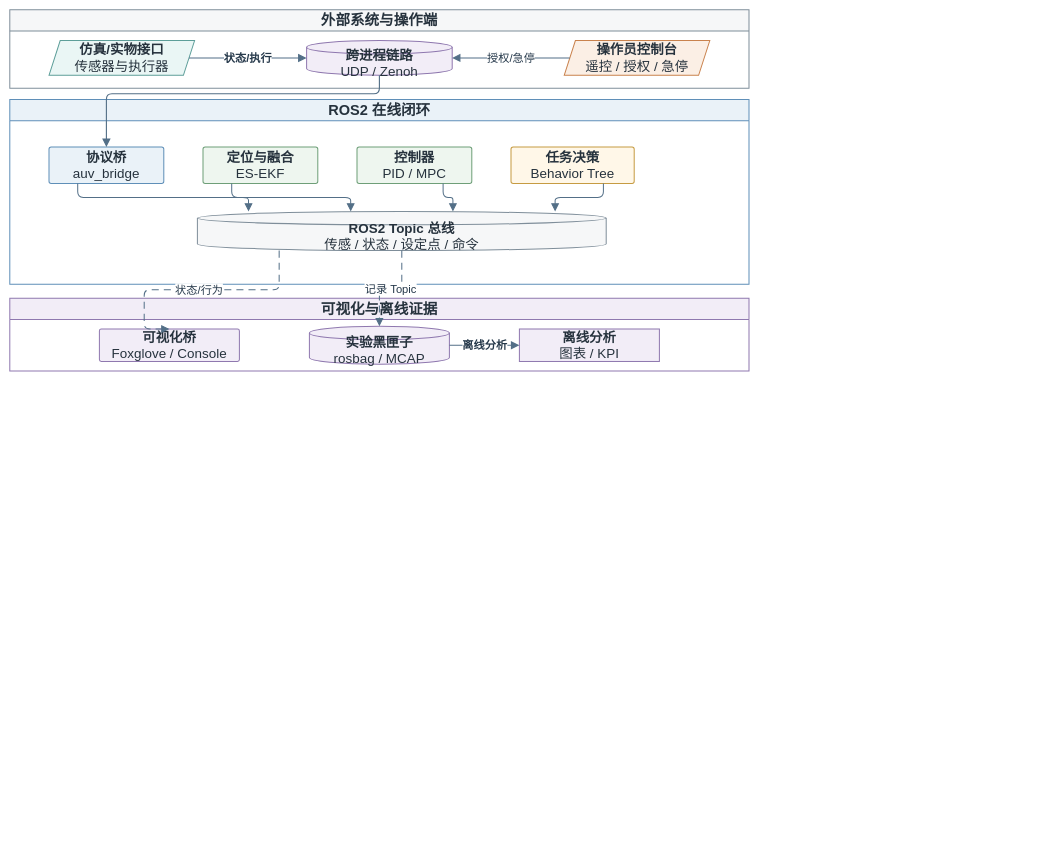
Before: thesis/figures/architecture/auv_ros2_node_topology.drawio in 360ZMEM/AUV-Master-Mag, a draw.io diagram. Source tidied: cells renumbered, new cells numbered last; positions are measured from the earlier drawing's top-left corner, leaving out a move shared by most shapes. Both pictures are drawn from the tidied source at 56%, with x=0, y=0 at pixel (10, 10).
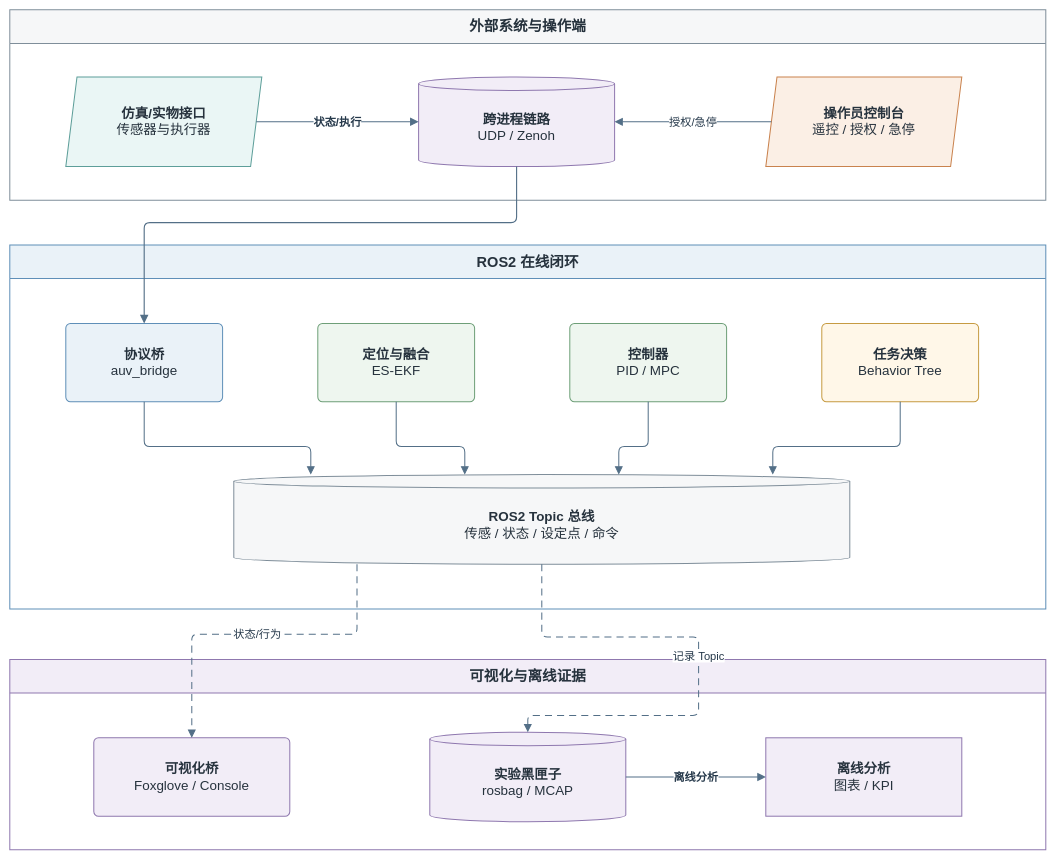
The same diagram, later.

What changed in the source:
```diff
@@
-    <mxCell id="2" value="外部系统与操作端" style="swimlane;whiteSpace=wrap;html=1;startSize=38;rounded=0;fillColor=#F6F7F8;strokeColor=#7F8E9A;strokeWidth=1.8;fontFamily=Songti SC;fontSize=26;fontStyle=1;fontColor=#26323D;" parent="1" vertex="1">
-      <mxGeometry width="1320" height="140" as="geometry" />
+    <mxCell id="2" value="外部系统与操作端" style="swimlane;whiteSpace=wrap;html=1;startSize=60;rounded=0;fillColor=#F6F7F8;strokeColor=#7F8E9A;strokeWidth=1.8;fontFamily=Songti SC;fontSize=26;fontStyle=1;fontColor=#26323D;" parent="1" vertex="1">
+      <mxGeometry width="1850" height="340" as="geometry" />
     </mxCell>
-    <mxCell id="3" value="ROS2 在线闭环" style="swimlane;whiteSpace=wrap;html=1;startSize=38;rounded=0;fillColor=#EAF2F8;strokeColor=#5F8FB8;strokeWidth=1.8;fontFamily=Songti SC;fontSize=26;fontStyle=1;fontColor=#26323D;" parent="1" vertex="1">
-      <mxGeometry y="160" width="1320" height="330" as="geometry" />
+    <mxCell id="3" value="ROS2 在线闭环" style="swimlane;whiteSpace=wrap;html=1;startSize=60;rounded=0;fillColor=#EAF2F8;strokeColor=#5F8FB8;strokeWidth=1.8;fontFamily=Songti SC;fontSize=26;fontStyle=1;fontColor=#26323D;" parent="1" vertex="1">
+      <mxGeometry y="420" width="1850" height="650" as="geometry" />
     </mxCell>
-    <mxCell id="4" value="可视化与离线证据" style="swimlane;whiteSpace=wrap;html=1;startSize=38;rounded=0;fillColor=#F2EDF7;strokeColor=#8F78AF;strokeWidth=1.8;fontFamily=Songti SC;fontSize=26;fontStyle=1;fontColor=#26323D;" parent="1" vertex="1">
-      <mxGeometry y="515" width="1320" height="130" as="geometry" />
+    <mxCell id="4" value="可视化与离线证据" style="swimlane;whiteSpace=wrap;html=1;startSize=60;rounded=0;fillColor=#F2EDF7;strokeColor=#8F78AF;strokeWidth=1.8;fontFamily=Songti SC;fontSize=26;fontStyle=1;fontColor=#26323D;" parent="1" vertex="1">
+      <mxGeometry y="1160" width="1850" height="340" as="geometry" />
     </mxCell>
     <mxCell id="5" value="&lt;b&gt;仿真/实物接口&lt;/b&gt;&lt;br&gt;传感器与执行器" style="shape=parallelogram;perimeter=parallelogramPerimeter;fixedSize=1;whiteSpace=wrap;html=1;align=center;verticalAlign=middle;fillColor=#EAF6F5;strokeColor=#5D9E99;strokeWidth=1.8;spacing=8;fontFamily=Songti SC;fontSize=24;fontColor=#26323D;" parent="2" vertex="1">
-      <mxGeometry x="70" y="55" width="260" height="62" as="geometry" />
+      <mxGeometry x="100" y="120" width="350" height="160" as="geometry" />
     </mxCell>
     <mxCell id="6" value="&lt;b&gt;跨进程链路&lt;/b&gt;&lt;br&gt;UDP / Zenoh" style="shape=cylinder3;boundedLbl=1;backgroundOutline=1;size=12;whiteSpace=wrap;html=1;align=center;verticalAlign=middle;fillColor=#F2EDF7;strokeColor=#8F78AF;strokeWidth=1.8;spacing=8;fontFamily=Songti SC;fontSize=24;fontColor=#26323D;" parent="2" vertex="1">
-      <mxGeometry x="530" y="55" width="260" height="62" as="geometry" />
+      <mxGeometry x="730" y="120" width="350" height="160" as="geometry" />
     </mxCell>
     <mxCell id="7" value="&lt;b&gt;操作员控制台&lt;/b&gt;&lt;br&gt;遥控 / 授权 / 急停" style="shape=parallelogram;perimeter=parallelogramPerimeter;fixedSize=1;whiteSpace=wrap;html=1;align=center;verticalAlign=middle;fillColor=#FBEFE5;strokeColor=#C9824D;strokeWidth=1.8;spacing=8;fontFamily=Songti SC;fontSize=24;fontColor=#26323D;" parent="2" vertex="1">
-      <mxGeometry x="990" y="55" width="260" height="62" as="geometry" />
+      <mxGeometry x="1350" y="120" width="350" height="160" as="geometry" />
     </mxCell>
     <mxCell id="8" value="&lt;b&gt;协议桥&lt;/b&gt;&lt;br&gt;auv_bridge" style="rounded=1;arcSize=6;whiteSpace=wrap;html=1;align=center;verticalAlign=middle;fillColor=#EAF2F8;strokeColor=#5F8FB8;strokeWidth=1.8;spacing=8;fontFamily=Songti SC;fontSize=24;fontColor=#26323D;" parent="3" vertex="1">
-      <mxGeometry x="70" y="85" width="205" height="65" as="geometry" />
+      <mxGeometry x="100" y="140" width="280" height="140" as="geometry" />
     </mxCell>
     <mxCell id="9" value="&lt;b&gt;定位与融合&lt;/b&gt;&lt;br&gt;ES-EKF" style="rounded=1;arcSize=6;whiteSpace=wrap;html=1;align=center;verticalAlign=middle;fillColor=#EEF6EF;strokeColor=#6E9F78;strokeWidth=1.8;spacing=8;fontFamily=Songti SC;fontSize=24;fontColor=#26323D;" parent="3" vertex="1">
-      <mxGeometry x="345" y="85" width="205" height="65" as="geometry" />
+      <mxGeometry x="550" y="140" width="280" height="140" as="geometry" />
     </mxCell>
     <mxCell id="10" value="&lt;b&gt;控制器&lt;/b&gt;&lt;br&gt;PID / MPC" style="rounded=1;arcSize=6;whiteSpace=wrap;html=1;align=center;verticalAlign=middle;fillColor=#EEF6EF;strokeColor=#6E9F78;strokeWidth=1.8;spacing=8;fontFamily=Songti SC;fontSize=24;fontColor=#26323D;" parent="3" vertex="1">
-      <mxGeometry x="620" y="85" width="205" height="65" as="geometry" />
+      <mxGeometry x="1000" y="140" width="280" height="140" as="geometry" />
     </mxCell>
     <mxCell id="11" value="&lt;b&gt;任务决策&lt;/b&gt;&lt;br&gt;Behavior Tree" style="rounded=1;arcSize=6;whiteSpace=wrap;html=1;align=center;verticalAlign=middle;fillColor=#FFF7E8;strokeColor=#C69B42;strokeWidth=1.8;spacing=8;fontFamily=Songti SC;fontSize=24;fontColor=#26323D;" parent="3" vertex="1">
-      <mxGeometry x="895" y="85" width="220" height="65" as="geometry" />
+      <mxGeometry x="1450" y="140" width="280" height="140" as="geometry" />
     </mxCell>
     <mxCell id="12" value="&lt;b&gt;ROS2 Topic 总线&lt;/b&gt;&lt;br&gt;传感 / 状态 / 设定点 / 命令" style="shape=cylinder3;boundedLbl=1;backgroundOutline=1;size=12;whiteSpace=wrap;html=1;align=center;verticalAlign=middle;fillColor=#F6F7F8;strokeColor=#7F8E9A;strokeWidth=1.8;spacing=8;fontFamily=Songti SC;fontSize=24;fontColor=#26323D;" parent="3" vertex="1">
-      <mxGeometry x="335" y="200" width="730" height="70" as="geometry" />
+      <mxGeometry x="400" y="410" width="1100" height="160" as="geometry" />
     </mxCell>
     <mxCell id="13" value="&lt;b&gt;可视化桥&lt;/b&gt;&lt;br&gt;Foxglove / Console" style="rounded=1;arcSize=6;whiteSpace=wrap;html=1;align=center;verticalAlign=middle;fillColor=#F2EDF7;strokeColor=#8F78AF;strokeWidth=1.8;spacing=8;fontFamily=Songti SC;fontSize=24;fontColor=#26323D;" parent="4" vertex="1">
-      <mxGeometry x="160" y="55" width="250" height="58" as="geometry" />
+      <mxGeometry x="150" y="140" width="350" height="140" as="geometry" />
     </mxCell>
     <mxCell id="14" value="&lt;b&gt;实验黑匣子&lt;/b&gt;&lt;br&gt;rosbag / MCAP" style="shape=cylinder3;boundedLbl=1;backgroundOutline=1;size=12;whiteSpace=wrap;html=1;align=center;verticalAlign=middle;fillColor=#F2EDF7;strokeColor=#8F78AF;strokeWidth=1.8;spacing=8;fontFamily=Songti SC;fontSize=24;fontColor=#26323D;" parent="4" vertex="1">
-      <mxGeometry x="535" y="50" width="250" height="68" as="geometry" />
+      <mxGeometry x="750" y="130" width="350" height="160" as="geometry" />
     </mxCell>
     <mxCell id="15" value="&lt;b&gt;离线分析&lt;/b&gt;&lt;br&gt;图表 / KPI" style="rounded=0;whiteSpace=wrap;html=1;align=center;verticalAlign=middle;fillColor=#F2EDF7;strokeColor=#8F78AF;strokeWidth=1.8;spacing=8;fontFamily=Songti SC;fontSize=24;fontColor=#26323D;" parent="4" vertex="1">
-      <mxGeometry x="910" y="55" width="250" height="58" as="geometry" />
+      <mxGeometry x="1350" y="140" width="350" height="140" as="geometry" />
     </mxCell>
-    <mxCell id="16" value="状态/执行" style="edgeStyle=orthogonalEdgeStyle;rounded=1;jettySize=auto;html=1;strokeColor=#536F87;strokeWidth=2.0;fontFamily=Songti SC;fontSize=20;fontStyle=1;fontColor=#25384A;labelBackgroundColor=#FFFFFF;labelBorderColor=none;endArrow=block;endFill=1;endSize=10;exitX=1;entryX=0;" parent="1" edge="1" source="5" target="6">
+    <mxCell id="16" value="状态/执行" style="edgeStyle=orthogonalEdgeStyle;rounded=1;jettySize=auto;html=1;strokeColor=#536F87;strokeWidth=2.0;fontFamily=Songti SC;fontSize=20;fontStyle=1;fontColor=#25384A;labelBackgroundColor=#FFFFFF;labelBorderColor=none;endArrow=block;endFill=1;endSize=10;exitX=1;exitY=0.5;entryX=0;entryY=0.5;" parent="1" edge="1" source="5" target="6">
       <mxGeometry relative="1" as="geometry" />
     </mxCell>
-    <mxCell id="17" value="授权/急停" style="edgeStyle=orthogonalEdgeStyle;rounded=1;jettySize=auto;html=1;strokeColor=#536F87;strokeWidth=1.8;fontFamily=Songti SC;fontSize=20;fontColor=#25384A;labelBackgroundColor=#FFFFFF;labelBorderColor=none;endArrow=block;endFill=1;endSize=10;exitX=1;entryX=0;" parent="1" edge="1" source="7" target="6">
+    <mxCell id="17" value="授权/急停" style="edgeStyle=orthogonalEdgeStyle;rounded=1;jettySize=auto;html=1;strokeColor=#536F87;strokeWidth=1.8;fontFamily=Songti SC;fontSize=20;fontColor=#25384A;labelBackgroundColor=#FFFFFF;labelBorderColor=none;endArrow=block;endFill=1;endSize=10;exitX=0;exitY=0.5;entryX=1;entryY=0.5;" parent="1" edge="1" source="7" target="6">
       <mxGeometry relative="1" as="geometry" />
     </mxCell>
     <mxCell id="18" style="edgeStyle=orthogonalEdgeStyle;rounded=1;jettySize=auto;html=1;strokeColor=#536F87;strokeWidth=2.0;fontFamily=Songti SC;fontSize=20;fontStyle=1;fontColor=#25384A;labelBackgroundColor=#FFFFFF;labelBorderColor=none;endArrow=block;endFill=1;endSize=10;exitX=0.5;exitY=1;entryX=0.5;entryY=0;" parent="1" edge="1" source="6" target="8">
       <mxGeometry relative="1" as="geometry">
         <Array as="points">
-          <mxPoint x="630" y="150" />
-          <mxPoint x="140" y="150" />
+          <mxPoint x="905" y="380" />
+          <mxPoint x="240" y="380" />
         </Array>
       </mxGeometry>
     </mxCell>
-    <mxCell id="19" style="edgeStyle=orthogonalEdgeStyle;rounded=1;jettySize=auto;html=1;strokeColor=#536F87;strokeWidth=1.8;fontFamily=Songti SC;fontSize=20;fontColor=#25384A;labelBackgroundColor=#FFFFFF;labelBorderColor=none;endArrow=block;endFill=1;endSize=10;exitX=0.25;exitY=1;entryX=0.125;entryY=0;" parent="1" edge="1" source="8" target="12">
-      <mxGeometry relative="1" as="geometry" />
+    <mxCell id="19" style="edgeStyle=orthogonalEdgeStyle;rounded=1;jettySize=auto;html=1;strokeColor=#536F87;strokeWidth=1.8;fontFamily=Songti SC;fontSize=20;fontColor=#25384A;labelBackgroundColor=#FFFFFF;labelBorderColor=none;endArrow=block;endFill=1;endSize=10;exitX=0.5;exitY=1;entryX=0.125;entryY=0;" parent="1" edge="1" source="8" target="12">
+      <mxGeometry relative="1" as="geometry">
+        <Array as="points">
+          <mxPoint x="240" y="780" />
+          <mxPoint x="537.5" y="780" />
+        </Array>
+      </mxGeometry>
     </mxCell>
-    <mxCell id="20" style="edgeStyle=orthogonalEdgeStyle;rounded=1;jettySize=auto;html=1;strokeColor=#536F87;strokeWidth=1.8;fontFamily=Songti SC;fontSize=20;fontColor=#25384A;labelBackgroundColor=#FFFFFF;labelBorderColor=none;endArrow=block;endFill=1;endSize=10;exitX=0.25;exitY=1;entryX=0.375;entryY=0;" parent="1" edge="1" source="9" target="12">
-      <mxGeometry relative="1" as="geometry" />
+    <mxCell id="20" style="edgeStyle=orthogonalEdgeStyle;rounded=1;jettySize=auto;html=1;strokeColor=#536F87;strokeWidth=1.8;fontFamily=Songti SC;fontSize=20;fontColor=#25384A;labelBackgroundColor=#FFFFFF;labelBorderColor=none;endArrow=block;endFill=1;endSize=10;exitX=0.5;exitY=1;entryX=0.375;entryY=0;" parent="1" edge="1" source="9" target="12">
+      <mxGeometry relative="1" as="geometry">
+        <Array as="points">
+          <mxPoint x="690" y="780" />
+          <mxPoint x="812.5" y="780" />
+        </Array>
+      </mxGeometry>
     </mxCell>
-    <mxCell id="21" style="edgeStyle=orthogonalEdgeStyle;rounded=1;jettySize=auto;html=1;strokeColor=#536F87;strokeWidth=1.8;fontFamily=Songti SC;fontSize=20;fontColor=#25384A;labelBackgroundColor=#FFFFFF;labelBorderColor=none;endArrow=block;endFill=1;endSize=10;exitX=0.75;exitY=1;entryX=0.625;entryY=0;" parent="1" edge="1" source="10" target="12">
-      <mxGeometry relative="1" as="geometry" />
+    <mxCell id="21" style="edgeStyle=orthogonalEdgeStyle;rounded=1;jettySize=auto;html=1;strokeColor=#536F87;strokeWidth=1.8;fontFamily=Songti SC;fontSize=20;fontColor=#25384A;labelBackgroundColor=#FFFFFF;labelBorderColor=none;endArrow=block;endFill=1;endSize=10;exitX=0.5;exitY=1;entryX=0.625;entryY=0;" parent="1" edge="1" source="10" target="12">
+      <mxGeometry relative="1" as="geometry">
+        <Array as="points">
+          <mxPoint x="1140" y="780" />
+          <mxPoint x="1087.5" y="780" />
+        </Array>
+      </mxGeometry>
     </mxCell>
-    <mxCell id="22" style="edgeStyle=orthogonalEdgeStyle;rounded=1;jettySize=auto;html=1;strokeColor=#536F87;strokeWidth=1.8;fontFamily=Songti SC;fontSize=20;fontColor=#25384A;labelBackgroundColor=#FFFFFF;labelBorderColor=none;endArrow=block;endFill=1;endSize=10;exitX=0.75;exitY=1;entryX=0.875;entryY=0;" parent="1" edge="1" source="11" target="12">
-      <mxGeometry relative="1" as="geometry" />
+    <mxCell id="22" style="edgeStyle=orthogonalEdgeStyle;rounded=1;jettySize=auto;html=1;strokeColor=#536F87;strokeWidth=1.8;fontFamily=Songti SC;fontSize=20;fontColor=#25384A;labelBackgroundColor=#FFFFFF;labelBorderColor=none;endArrow=block;endFill=1;endSize=10;exitX=0.5;exitY=1;entryX=0.875;entryY=0;" parent="1" edge="1" source="11" target="12">
+      <mxGeometry relative="1" as="geometry">
+        <Array as="points">
+          <mxPoint x="1590" y="780" />
+          <mxPoint x="1362.5" y="780" />
+        </Array>
+      </mxGeometry>
     </mxCell>
     <mxCell id="23" value="状态/行为" style="edgeStyle=orthogonalEdgeStyle;rounded=1;jettySize=auto;html=1;strokeColor=#536F87;strokeWidth=1.8;fontFamily=Songti SC;fontSize=20;fontColor=#25384A;labelBackgroundColor=#FFFFFF;labelBorderColor=none;endArrow=block;endFill=1;endSize=10;dashed=1;dashPattern=7 5;exitX=0.2;exitY=1;entryX=0.5;entryY=0;" parent="1" edge="1" source="12" target="13">
       <mxGeometry relative="1" as="geometry">
         <Array as="points">
-          <mxPoint x="240" y="500" />
+          <mxPoint x="620" y="1115" />
+          <mxPoint x="325" y="1115" />
         </Array>
       </mxGeometry>
     </mxCell>
     <mxCell id="24" value="记录 Topic" style="edgeStyle=orthogonalEdgeStyle;rounded=1;jettySize=auto;html=1;strokeColor=#536F87;strokeWidth=1.8;fontFamily=Songti SC;fontSize=20;fontColor=#25384A;labelBackgroundColor=#FFFFFF;labelBorderColor=none;endArrow=block;endFill=1;endSize=10;dashed=1;dashPattern=7 5;exitX=0.5;exitY=1;entryX=0.5;entryY=0;" parent="1" edge="1" source="12" target="14">
-      <mxGeometry relative="1" as="geometry" />
+      <mxGeometry relative="1" as="geometry">
+        <Array as="points">
+          <mxPoint x="950" y="1120" />
+          <mxPoint x="1230" y="1120" />
+          <mxPoint x="1230" y="1260" />
+          <mxPoint x="925" y="1260" />
+        </Array>
+      </mxGeometry>
     </mxCell>
-    <mxCell id="25" value="离线分析" style="edgeStyle=orthogonalEdgeStyle;rounded=1;jettySize=auto;html=1;strokeColor=#536F87;strokeWidth=2.0;fontFamily=Songti SC;fontSize=20;fontStyle=1;fontColor=#25384A;labelBackgroundColor=#FFFFFF;labelBorderColor=none;endArrow=block;endFill=1;endSize=10;exitX=1;entryX=0;" parent="1" edge="1" source="14" target="15">
+    <mxCell id="25" value="离线分析" style="edgeStyle=orthogonalEdgeStyle;rounded=1;jettySize=auto;html=1;strokeColor=#536F87;strokeWidth=2.0;fontFamily=Songti SC;fontSize=20;fontStyle=1;fontColor=#25384A;labelBackgroundColor=#FFFFFF;labelBorderColor=none;endArrow=block;endFill=1;endSize=10;exitX=1;exitY=0.5;entryX=0;entryY=0.5;" parent="1" edge="1" source="14" target="15">
       <mxGeometry relative="1" as="geometry" />
     </mxCell>
```
